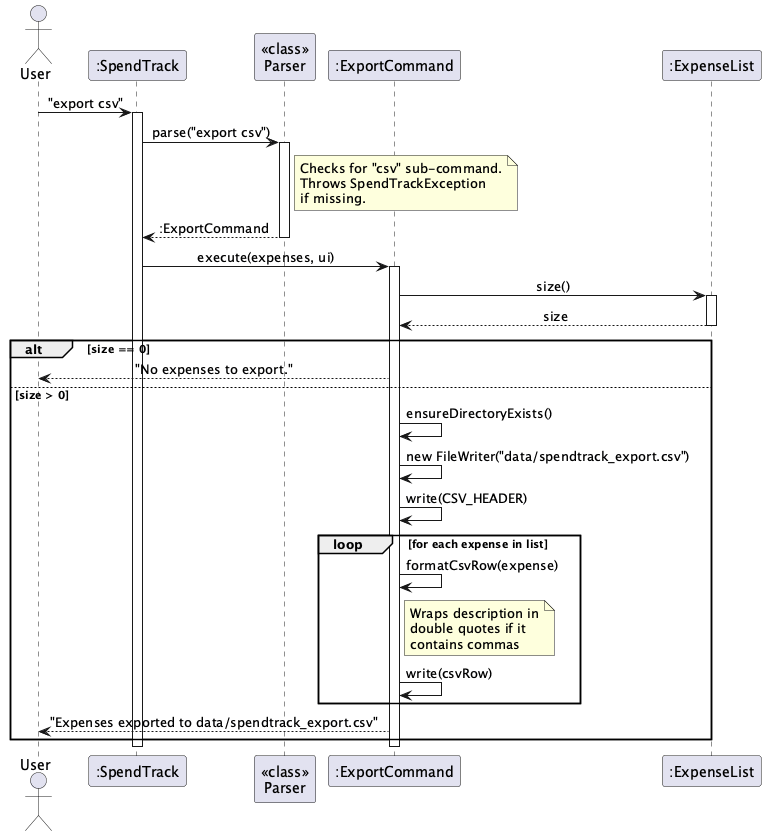
Earlier version of the PlantUML export docs/images/ExportCommandSequence.png (AbhijitBalajee/tp).
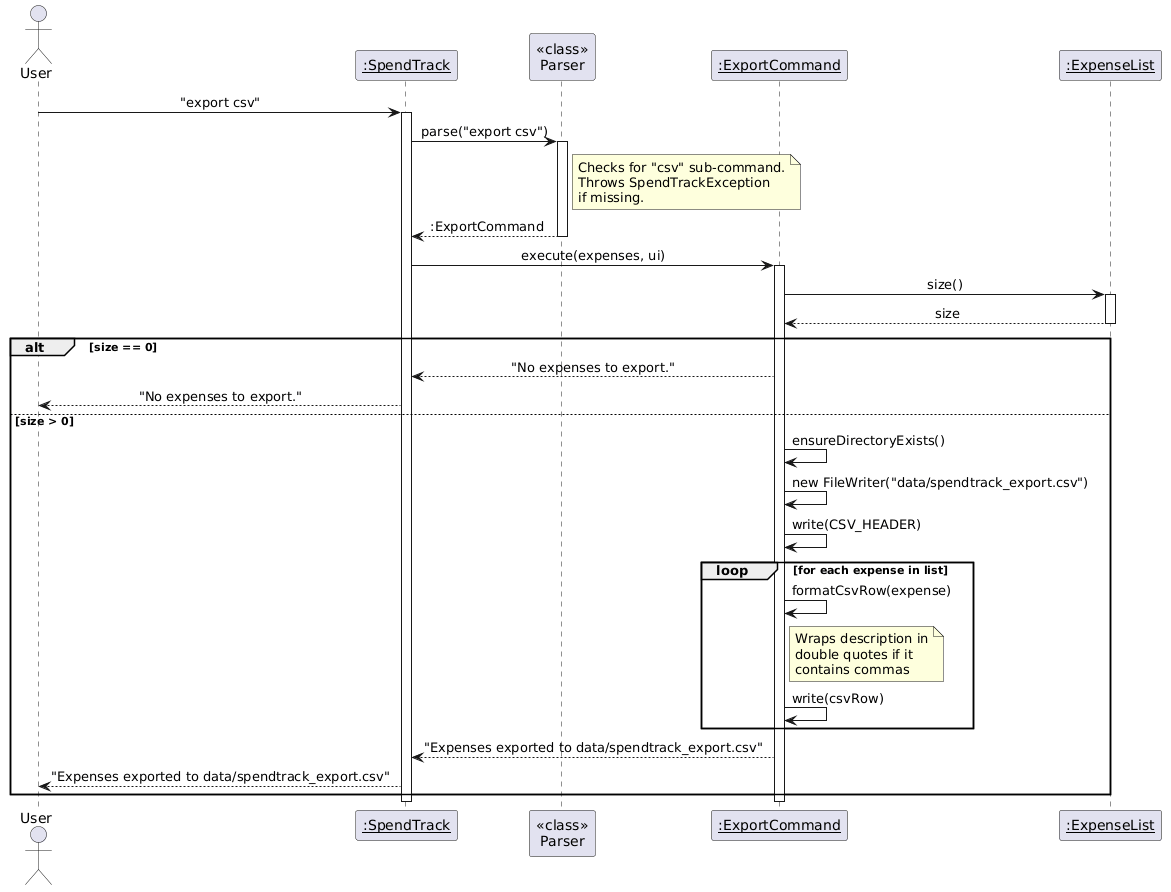
The same file after the commit.

Change to the diagram source:
```diff
@@ -4,10 +4,10 @@
 skinparam sequenceMessageAlign center
 
 actor User
-participant ":SpendTrack" as ST
+participant "<u>:SpendTrack</u>" as ST
 participant "<<class>>\nParser" as P
-participant ":ExportCommand" as EC
-participant ":ExpenseList" as EL
+participant "<u>:ExportCommand</u>" as EC
+participant "<u>:ExpenseList</u>" as EL
 
 User -> ST : "export csv"
 activate ST
@@ -31,7 +31,8 @@
 deactivate EL
 
 alt size == 0
-    EC --> User : "No expenses to export."
+    EC --> ST : "No expenses to export."
+    ST --> User : "No expenses to export."
 else size > 0
     EC -> EC : ensureDirectoryExists()
     EC -> EC : new FileWriter("data/spendtrack_export.csv")
@@ -45,7 +46,8 @@
         end note
         EC -> EC : write(csvRow)
     end
-    EC --> User : "Expenses exported to data/spendtrack_export.csv"
+    EC --> ST : "Expenses exported to data/spendtrack_export.csv"
+    ST --> User : "Expenses exported to data/spendtrack_export.csv"
 end
 
 deactivate EC
```
